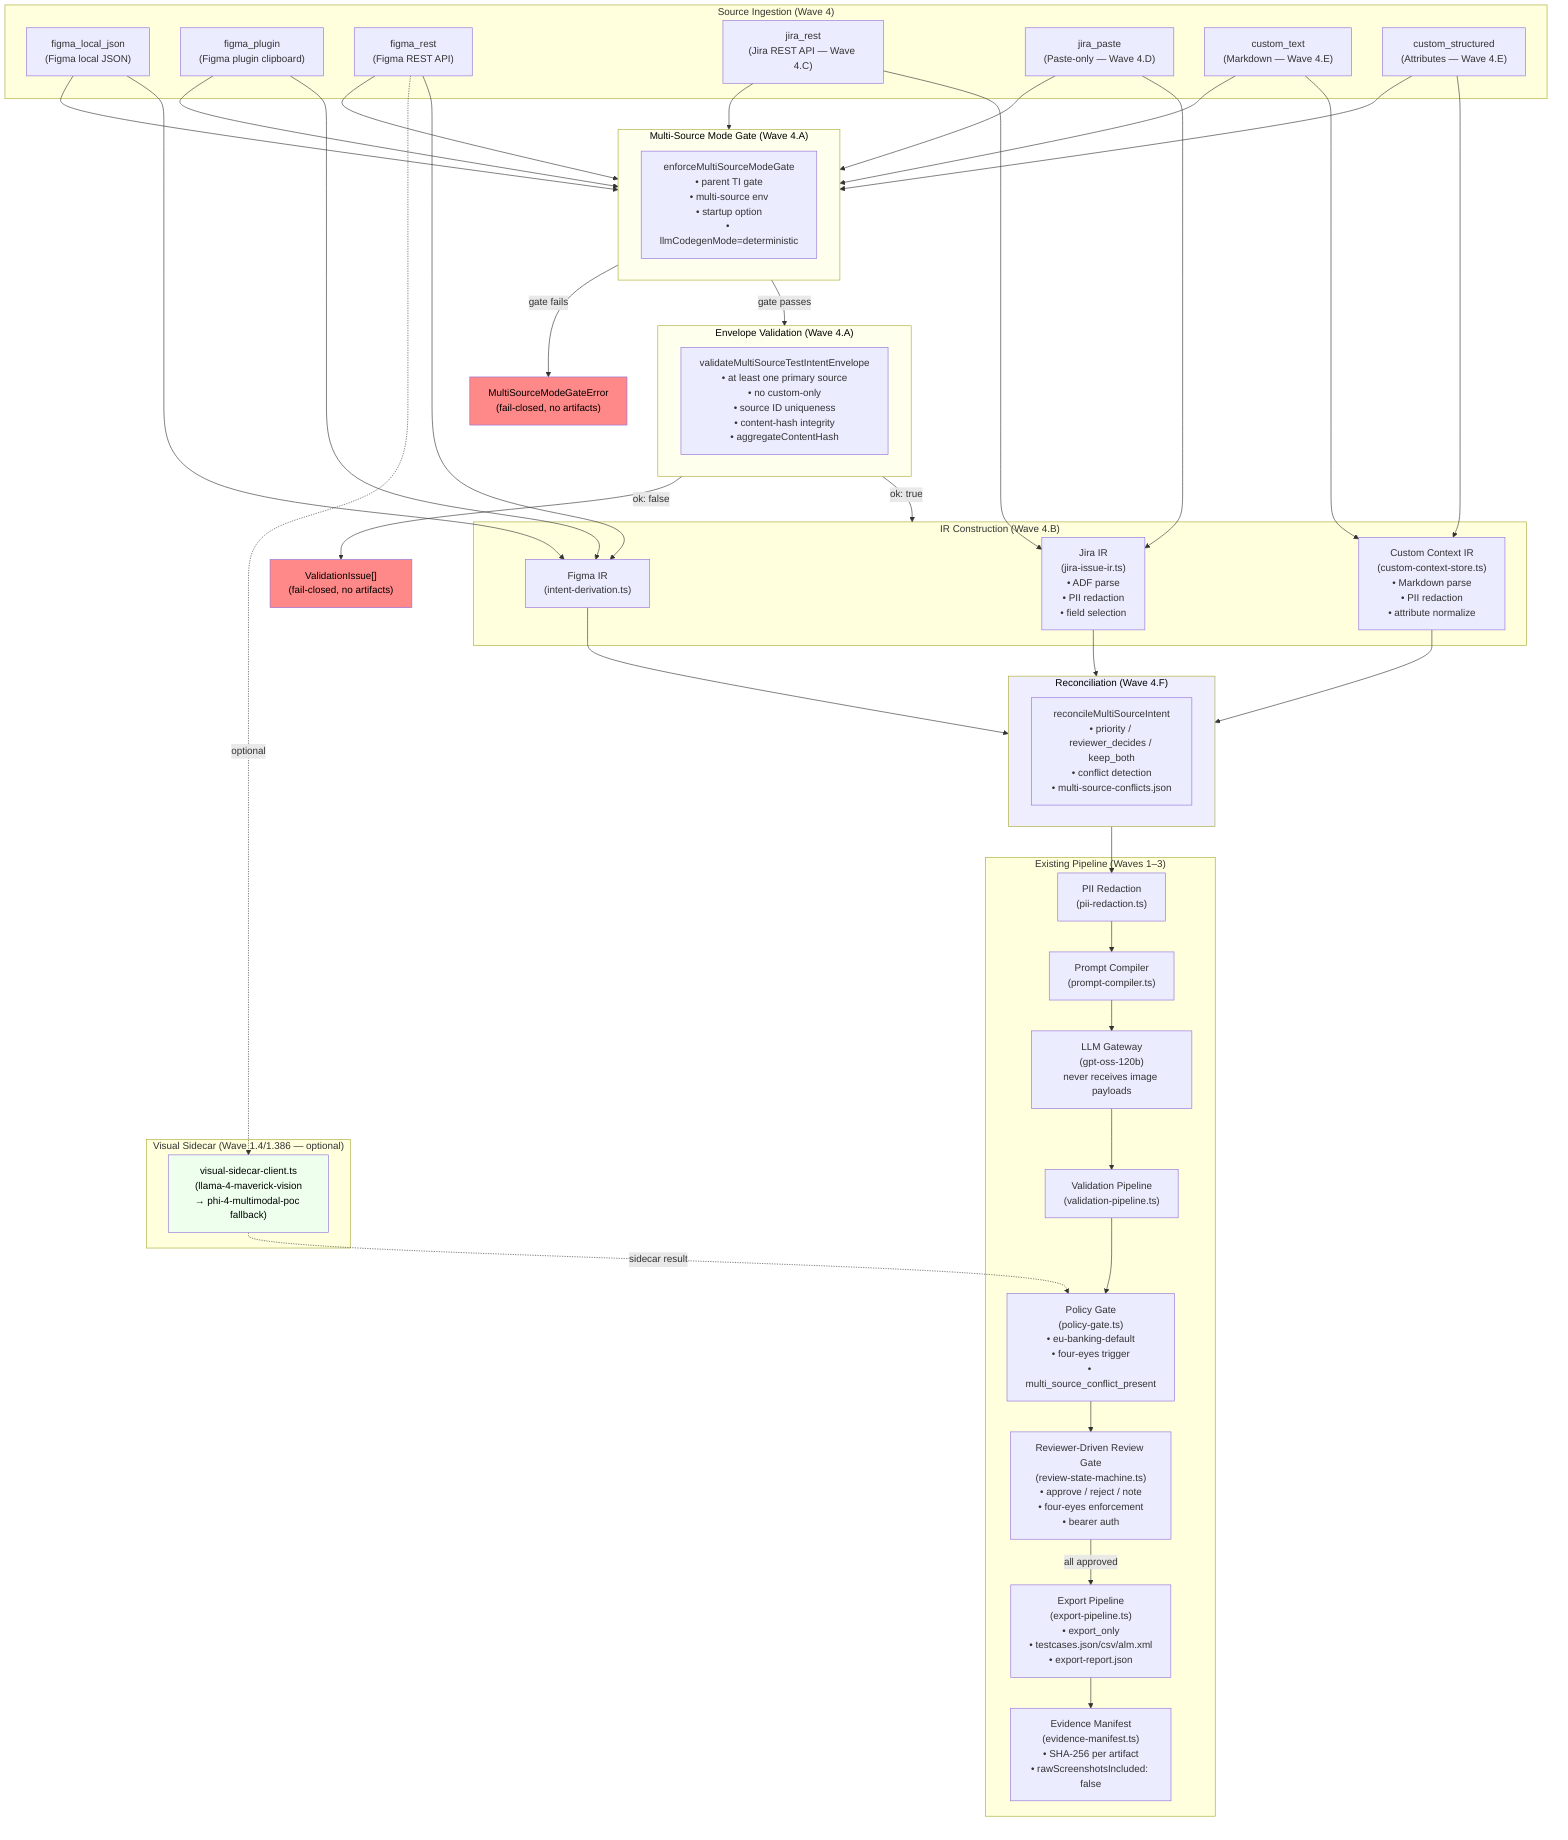
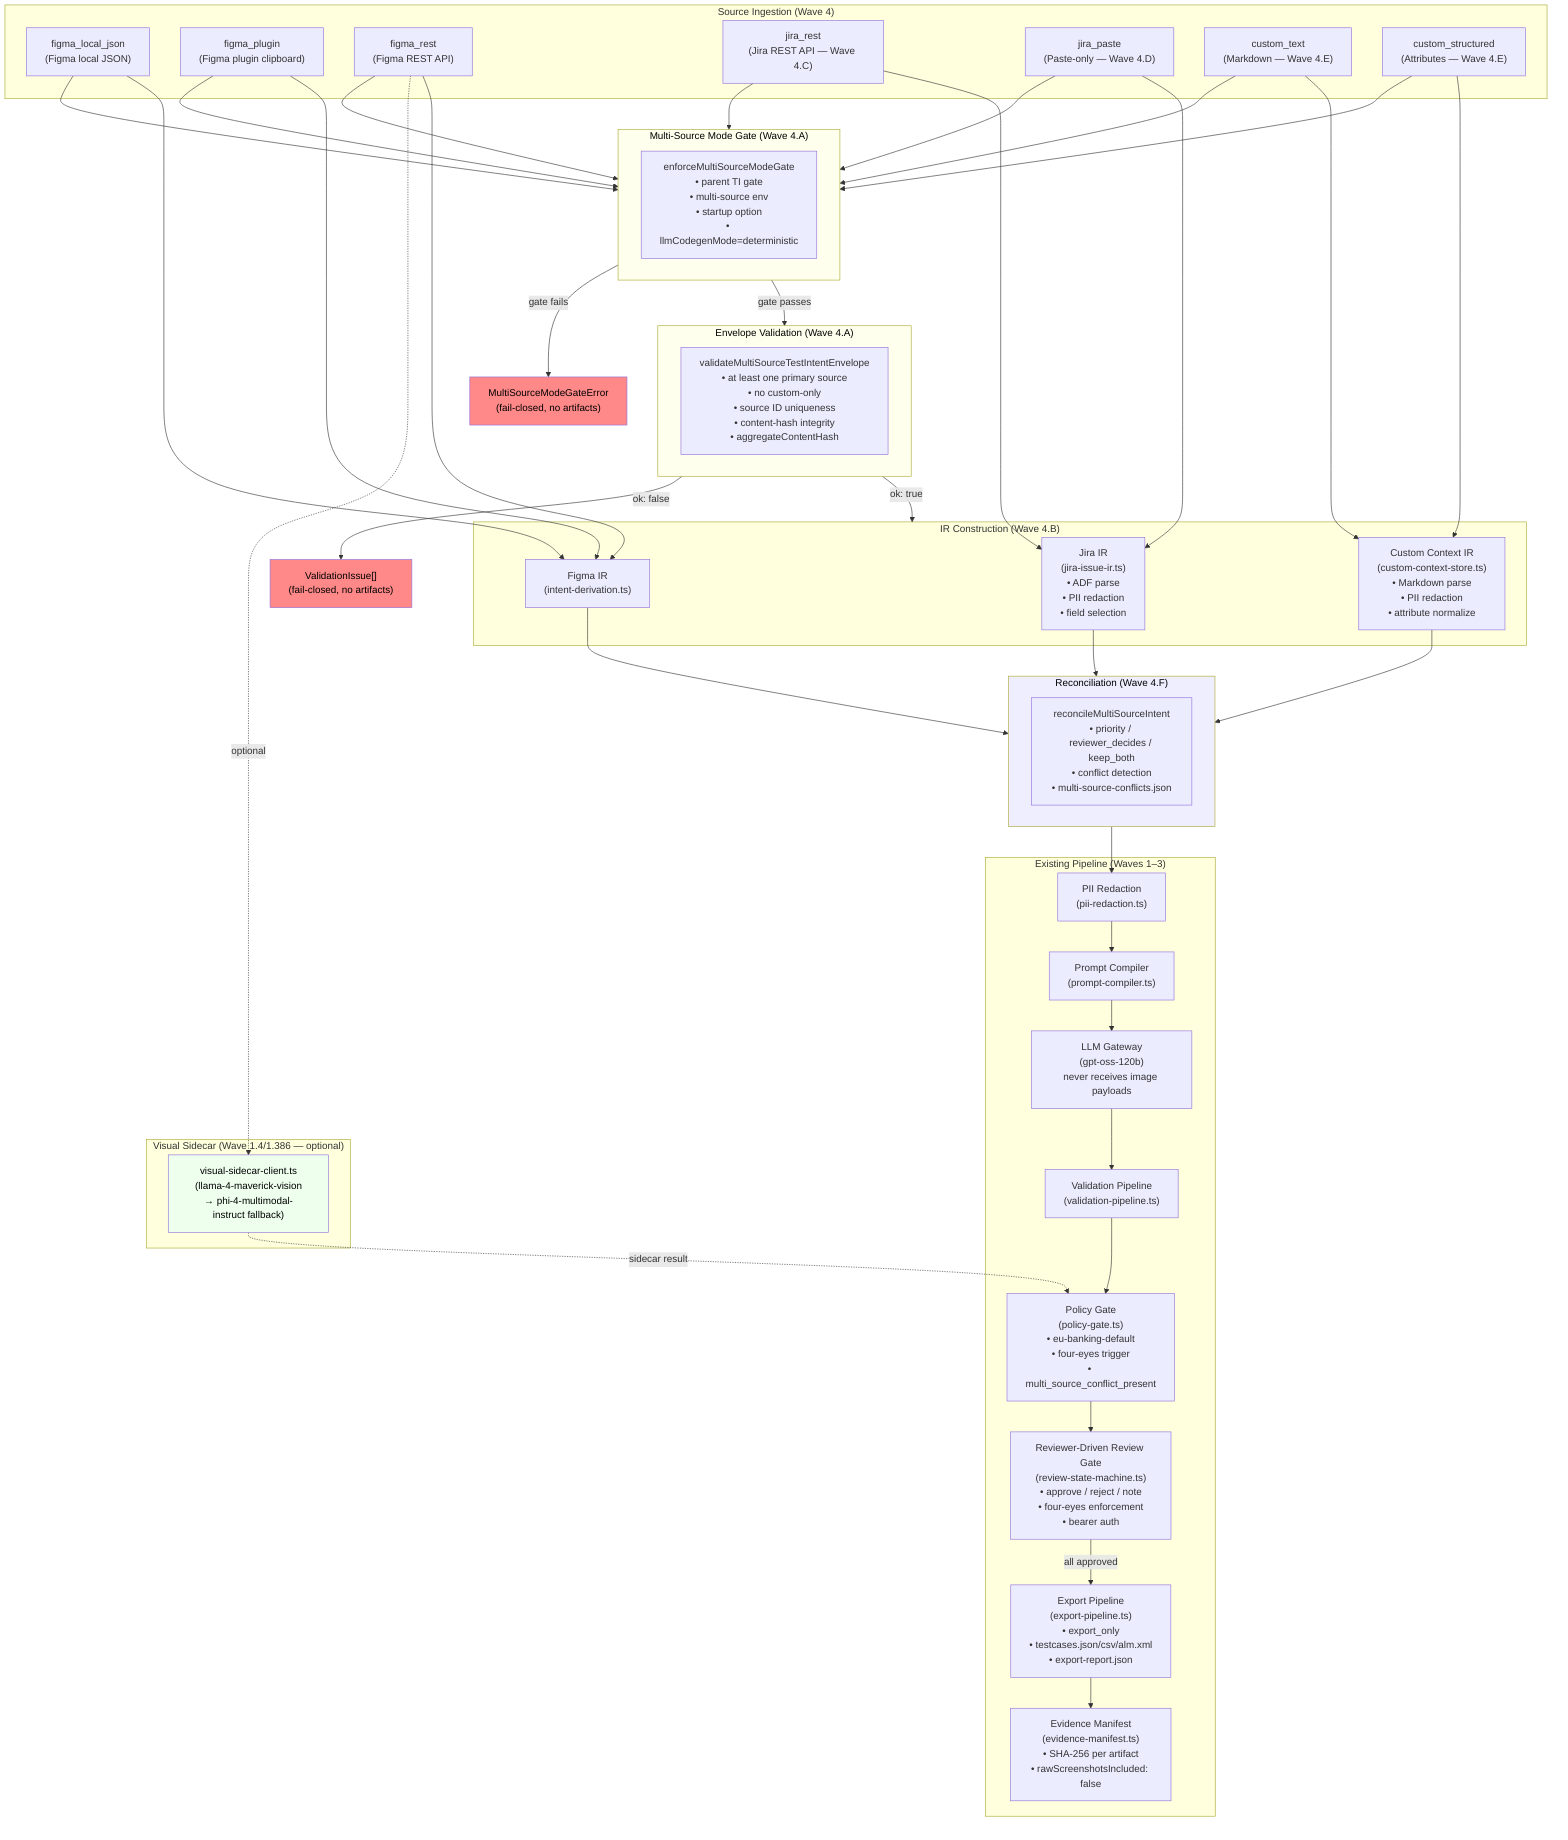
flowchart TD
    subgraph Sources["Source Ingestion (Wave 4)"]
        FigmaLocal["figma_local_json\n(Figma local JSON)"]
        FigmaPlugin["figma_plugin\n(Figma plugin clipboard)"]
        FigmaRest["figma_rest\n(Figma REST API)"]
        JiraRest["jira_rest\n(Jira REST API — Wave 4.C)"]
        JiraPaste["jira_paste\n(Paste-only — Wave 4.D)"]
        CustomText["custom_text\n(Markdown — Wave 4.E)"]
        CustomStructured["custom_structured\n(Attributes — Wave 4.E)"]
    end

    subgraph Gate["Multi-Source Mode Gate (Wave 4.A)"]
        ModeGate["enforceMultiSourceModeGate\n• parent TI gate\n• multi-source env\n• startup option\n• llmCodegenMode=deterministic"]
    end

    subgraph Envelope["Envelope Validation (Wave 4.A)"]
        EnvelopeValidator["validateMultiSourceTestIntentEnvelope\n• at least one primary source\n• no custom-only\n• source ID uniqueness\n• content-hash integrity\n• aggregateContentHash"]
    end

    subgraph IRBuilders["IR Construction (Wave 4.B)"]
        FigmaIR["Figma IR\n(intent-derivation.ts)"]
        JiraIR["Jira IR\n(jira-issue-ir.ts)\n• ADF parse\n• PII redaction\n• field selection"]
        CustomContextIR["Custom Context IR\n(custom-context-store.ts)\n• Markdown parse\n• PII redaction\n• attribute normalize"]
    end

    subgraph Reconciliation["Reconciliation (Wave 4.F)"]
        Reconcile["reconcileMultiSourceIntent\n• priority / reviewer_decides / keep_both\n• conflict detection\n• multi-source-conflicts.json"]
    end

    subgraph Existing["Existing Pipeline (Waves 1–3)"]
        PIIRedact["PII Redaction\n(pii-redaction.ts)"]
        PromptCompiler["Prompt Compiler\n(prompt-compiler.ts)"]
        LLMGateway["LLM Gateway\n(gpt-oss-120b)\nnever receives image payloads"]
        Validation["Validation Pipeline\n(validation-pipeline.ts)"]
        PolicyGate["Policy Gate\n(policy-gate.ts)\n• eu-banking-default\n• four-eyes trigger\n• multi_source_conflict_present"]
        ReviewGate["Reviewer-Driven Review Gate\n(review-state-machine.ts)\n• approve / reject / note\n• four-eyes enforcement\n• bearer auth"]
        ExportPipeline["Export Pipeline\n(export-pipeline.ts)\n• export_only\n• testcases.json/csv/alm.xml\n• export-report.json"]
        EvidenceManifest["Evidence Manifest\n(evidence-manifest.ts)\n• SHA-256 per artifact\n• rawScreenshotsIncluded: false"]
    end

    subgraph VisualSidecar["Visual Sidecar (Wave 1.4/1.386 — optional)"]
-         VisualClient["visual-sidecar-client.ts\n(llama-4-maverick-vision\n→ phi-4-multimodal-poc fallback)"]
+         VisualClient["visual-sidecar-client.ts\n(llama-4-maverick-vision\n→ phi-4-multimodal-instruct fallback)"]
    end

    FigmaLocal & FigmaPlugin & FigmaRest --> Gate
    JiraRest & JiraPaste --> Gate
    CustomText & CustomStructured --> Gate

    Gate -->|"gate passes"| Envelope
    Gate -->|"gate fails"| GateFail["MultiSourceModeGateError\n(fail-closed, no artifacts)"]

    Envelope -->|"ok: true"| IRBuilders
    Envelope -->|"ok: false"| EnvFail["ValidationIssue[]\n(fail-closed, no artifacts)"]

    FigmaLocal & FigmaPlugin & FigmaRest --> FigmaIR
    JiraRest & JiraPaste --> JiraIR
    CustomText & CustomStructured --> CustomContextIR

    FigmaIR & JiraIR & CustomContextIR --> Reconciliation

    Reconciliation --> PIIRedact
    PIIRedact --> PromptCompiler
    PromptCompiler --> LLMGateway
    LLMGateway --> Validation
    Validation --> PolicyGate
    PolicyGate --> ReviewGate
    ReviewGate -->|"all approved"| ExportPipeline
    ExportPipeline --> EvidenceManifest

    FigmaRest -.->|"optional"| VisualClient
    VisualClient -.->|"sidecar result"| PolicyGate

    style GateFail fill:#f88,color:#000
    style EnvFail fill:#f88,color:#000
    style Gate fill:#ffe,color:#000
    style Envelope fill:#ffe,color:#000
    style Reconciliation fill:#eef,color:#000
    style VisualClient fill:#efe,color:#000
